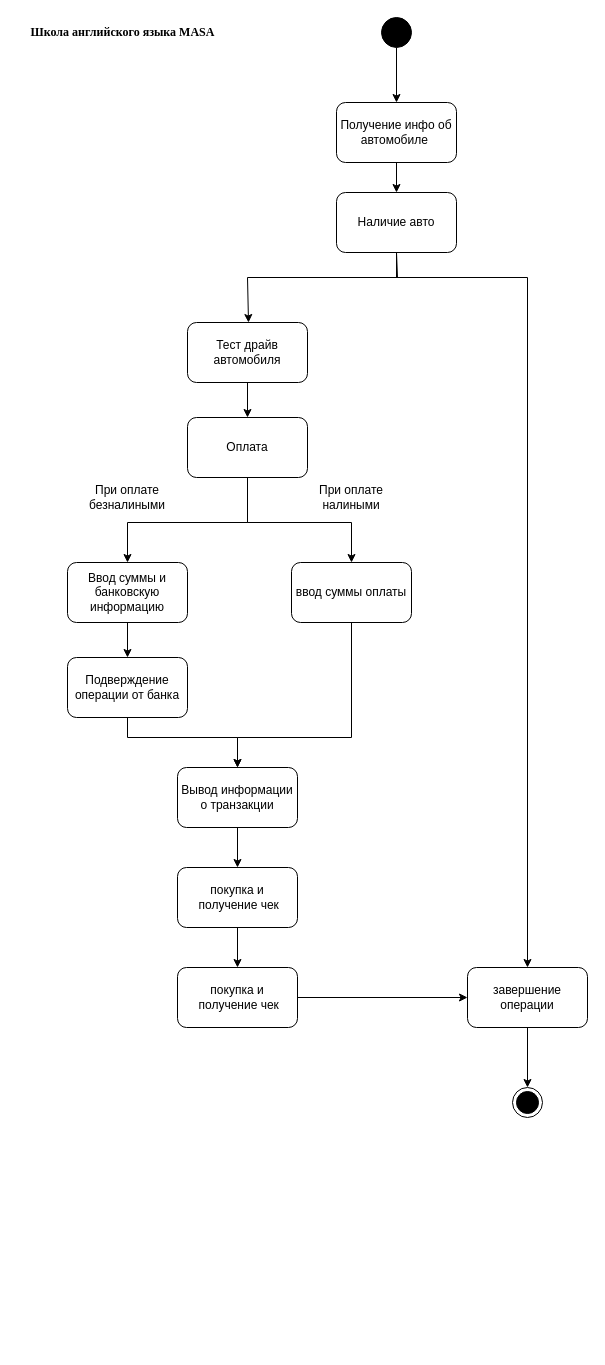
The draw.io diagram MASA_SASTAYANI .drawio in mati-tech/draw.io, before the edit. Source tidied: cells renumbered, new cells numbered last; positions are measured from the earlier drawing's top-left corner, leaving out a move shared by most shapes. Both pictures are drawn from the tidied source at 100%, with x=0, y=0 at pixel (17, 17).
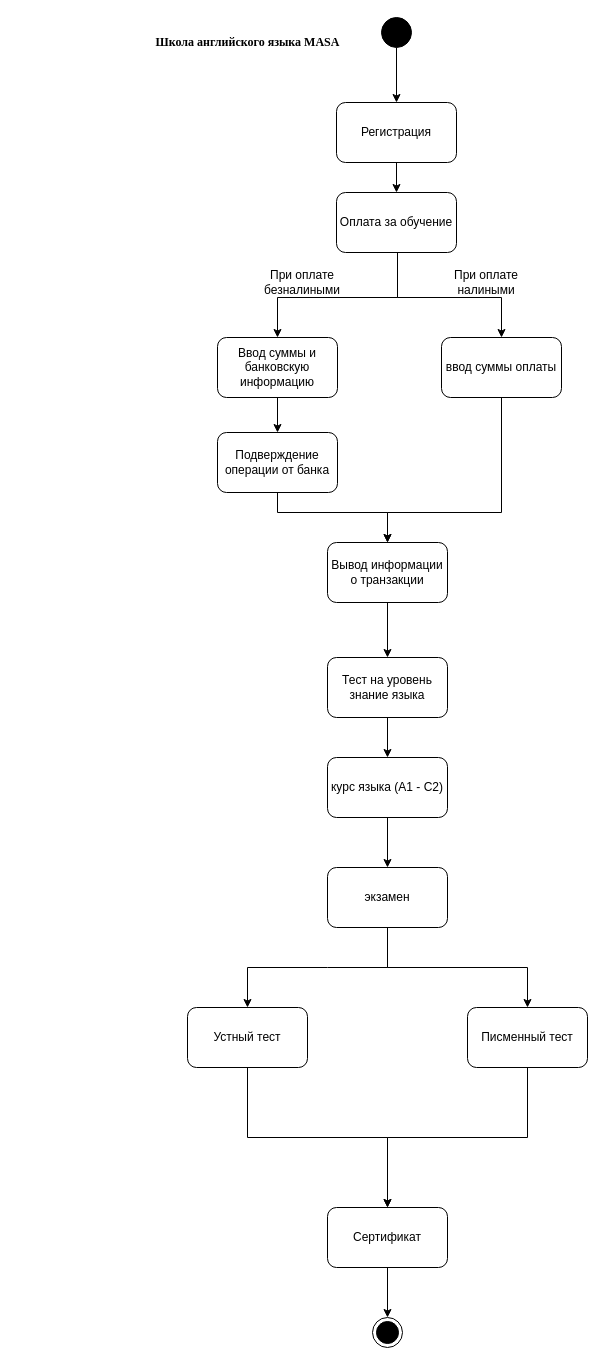
The same page after the edit.

The edit, as a diff of the source:
```diff
@@
     <mxCell id="3" style="ellipse;html=1;shape=endState;fillColor=strokeColor;" parent="1" vertex="1">
-      <mxGeometry x="495" y="1070" width="30" height="30" as="geometry" />
+      <mxGeometry x="355" y="1300" width="30" height="30" as="geometry" />
     </mxCell>
@@
-    <mxCell id="5" value="Получение инфо об автомобиле&amp;nbsp;" style="rounded=1;whiteSpace=wrap;html=1;" parent="1" vertex="1">
+    <mxCell id="5" value="Регистрация" style="rounded=1;whiteSpace=wrap;html=1;" parent="1" vertex="1">
       <mxGeometry x="319" y="85" width="120" height="60" as="geometry" />
     </mxCell>
@@
-    <mxCell id="7" style="edgeStyle=orthogonalEdgeStyle;rounded=0;jettySize=auto;html=1;" parent="1" edge="1" source="8" target="3">
+    <mxCell id="7" style="edgeStyle=orthogonalEdgeStyle;rounded=0;jettySize=auto;html=1;" parent="1" edge="1" source="43" target="3">
       <mxGeometry relative="1" as="geometry" />
     </mxCell>
-    <mxCell id="8" value="завершение операции" style="rounded=1;whiteSpace=wrap;html=1;" parent="1" vertex="1">
-      <mxGeometry x="450" y="950" width="120" height="60" as="geometry" />
-    </mxCell>
-    <mxCell id="9" style="edgeStyle=orthogonalEdgeStyle;rounded=0;jettySize=auto;html=1;entryX=0.5;entryY=0;entryDx=0;entryDy=0;" parent="1" edge="1" source="10" target="8">
-      <mxGeometry relative="1" as="geometry">
-        <Array as="points">
-          <mxPoint x="379" y="260" />
-          <mxPoint x="510" y="260" />
-        </Array>
-      </mxGeometry>
-    </mxCell>
-    <mxCell id="10" value="Н&lt;span style=&quot;background-color: initial;&quot;&gt;аличие авто&lt;/span&gt;" style="rounded=1;whiteSpace=wrap;html=1;" parent="1" vertex="1">
+    <mxCell id="10" value="Оплата за обучение" style="rounded=1;whiteSpace=wrap;html=1;" parent="1" vertex="1">
       <mxGeometry x="319" y="175" width="120" height="60" as="geometry" />
     </mxCell>
+    <mxCell id="32" style="edgeStyle=orthogonalEdgeStyle;rounded=0;jettySize=auto;html=1;" parent="1" edge="1" source="11" target="35">
+      <mxGeometry relative="1" as="geometry" />
+    </mxCell>
-    <mxCell id="11" value="Тест драйв автомобиля" style="rounded=1;whiteSpace=wrap;html=1;" parent="1" vertex="1">
-      <mxGeometry x="170" y="305" width="120" height="60" as="geometry" />
+    <mxCell id="11" value="Тест на уровень знание языка" style="rounded=1;whiteSpace=wrap;html=1;" parent="1" vertex="1">
+      <mxGeometry x="310" y="640" width="120" height="60" as="geometry" />
     </mxCell>
-    <mxCell id="12" style="endArrow=classic;html=1;rounded=0;exitX=0.5;exitY=1;exitDx=0;exitDy=0;entryX=0.5;entryY=0;entryDx=0;entryDy=0;" parent="1" edge="1" source="10">
-      <mxGeometry relative="1" as="geometry">
-        <mxPoint x="231" y="305" as="targetPoint" />
-        <Array as="points">
-          <mxPoint x="380" y="260" />
-          <mxPoint x="230" y="260" />
-        </Array>
-      </mxGeometry>
-    </mxCell>
-    <mxCell id="13" style="endArrow=classic;html=1;rounded=0;exitX=0.5;exitY=1;exitDx=0;exitDy=0;entryX=0.5;entryY=0;entryDx=0;entryDy=0;" parent="1" edge="1" source="11" target="15">
-      <mxGeometry relative="1" as="geometry" />
-    </mxCell>
     <mxCell id="14" style="edgeStyle=orthogonalEdgeStyle;rounded=0;jettySize=auto;html=1;entryX=0.5;entryY=0;entryDx=0;entryDy=0;" parent="1" edge="1" target="20">
       <mxGeometry relative="1" as="geometry">
-        <mxPoint x="230" y="465" as="sourcePoint" />
+        <mxPoint x="380" y="240" as="sourcePoint" />
         <Array as="points">
-          <mxPoint x="230" y="505" />
-          <mxPoint x="334" y="505" />
+          <mxPoint x="380" y="280" />
+          <mxPoint x="484" y="280" />
         </Array>
       </mxGeometry>
     </mxCell>
-    <mxCell id="15" value="Оплата" style="rounded=1;whiteSpace=wrap;html=1;" parent="1" vertex="1">
-      <mxGeometry x="170" y="400" width="120" height="60" as="geometry" />
-    </mxCell>
@@
     <mxCell id="17" value="Ввод суммы и банковскую информацию" style="rounded=1;whiteSpace=wrap;html=1;" parent="1" vertex="1">
-      <mxGeometry x="50" y="545" width="120" height="60" as="geometry" />
+      <mxGeometry x="200" y="320" width="120" height="60" as="geometry" />
     </mxCell>
-    <mxCell id="18" style="endArrow=classic;html=1;rounded=0;" parent="1" edge="1" source="15" target="17">
+    <mxCell id="18" style="endArrow=classic;html=1;rounded=0;" parent="1" edge="1" target="17">
       <mxGeometry relative="1" as="geometry">
+        <mxPoint x="380" y="235" as="sourcePoint" />
         <Array as="points">
-          <mxPoint x="230" y="505" />
-          <mxPoint x="110" y="505" />
+          <mxPoint x="380" y="280" />
+          <mxPoint x="260" y="280" />
         </Array>
       </mxGeometry>
     </mxCell>
     <mxCell id="19" style="edgeStyle=orthogonalEdgeStyle;rounded=0;jettySize=auto;html=1;" parent="1" edge="1" source="20" target="21">
       <mxGeometry relative="1" as="geometry">
         <Array as="points">
-          <mxPoint x="334" y="720" />
-          <mxPoint x="220" y="720" />
+          <mxPoint x="484" y="495" />
+          <mxPoint x="370" y="495" />
         </Array>
       </mxGeometry>
     </mxCell>
     <mxCell id="20" value="ввод суммы оплаты" style="rounded=1;whiteSpace=wrap;html=1;" parent="1" vertex="1">
-      <mxGeometry x="274" y="545" width="120" height="60" as="geometry" />
+      <mxGeometry x="424" y="320" width="120" height="60" as="geometry" />
     </mxCell>
+    <mxCell id="33" style="edgeStyle=orthogonalEdgeStyle;rounded=0;jettySize=auto;html=1;exitX=0.5;exitY=1;exitDx=0;exitDy=0;" parent="1" edge="1" source="21" target="11">
+      <mxGeometry relative="1" as="geometry" />
+    </mxCell>
     <mxCell id="21" value="Вывод информации о транзакции" style="rounded=1;whiteSpace=wrap;html=1;" parent="1" vertex="1">
-      <mxGeometry x="160" y="750" width="120" height="60" as="geometry" />
+      <mxGeometry x="310" y="525" width="120" height="60" as="geometry" />
     </mxCell>
     <mxCell id="22" style="edgeStyle=orthogonalEdgeStyle;rounded=0;jettySize=auto;html=1;" parent="1" edge="1" source="23" target="21">
       <mxGeometry relative="1" as="geometry">
         <Array as="points">
-          <mxPoint x="110" y="720" />
-          <mxPoint x="220" y="720" />
+          <mxPoint x="260" y="495" />
+          <mxPoint x="370" y="495" />
         </Array>
       </mxGeometry>
     </mxCell>
     <mxCell id="23" value="Подверждение операции от банка" style="rounded=1;whiteSpace=wrap;html=1;" parent="1" vertex="1">
-      <mxGeometry x="50" y="640" width="120" height="60" as="geometry" />
+      <mxGeometry x="200" y="415" width="120" height="60" as="geometry" />
     </mxCell>
     <mxCell id="24" value="При оплате безналиными" style="text;html=1;align=center;verticalAlign=middle;whiteSpace=wrap;rounded=0;" parent="1" vertex="1">
-      <mxGeometry x="40" y="465" width="140" height="30" as="geometry" />
+      <mxGeometry x="240" y="250" width="90" height="30" as="geometry" />
     </mxCell>
     <mxCell id="25" value="При оплате&lt;div&gt;налиными&lt;/div&gt;" style="text;html=1;align=center;verticalAlign=middle;whiteSpace=wrap;rounded=0;" parent="1" vertex="1">
-      <mxGeometry x="264" y="465" width="140" height="30" as="geometry" />
+      <mxGeometry x="424" y="250" width="90" height="30" as="geometry" />
     </mxCell>
-    <mxCell id="26" value="покупка и&lt;div&gt;&amp;nbsp;получение чек&lt;/div&gt;" style="rounded=1;whiteSpace=wrap;html=1;" parent="1" vertex="1">
-      <mxGeometry x="160" y="850" width="120" height="60" as="geometry" />
-    </mxCell>
-    <mxCell id="27" style="endArrow=classic;html=1;rounded=0;exitX=0.5;exitY=1;exitDx=0;exitDy=0;" parent="1" edge="1" source="21">
-      <mxGeometry relative="1" as="geometry">
-        <mxPoint x="220" y="850" as="targetPoint" />
-      </mxGeometry>
-    </mxCell>
-    <mxCell id="28" style="edgeStyle=orthogonalEdgeStyle;rounded=0;jettySize=auto;html=1;" parent="1" edge="1" source="29" target="8">
-      <mxGeometry relative="1" as="geometry" />
-    </mxCell>
-    <mxCell id="29" value="покупка и&lt;div&gt;&amp;nbsp;получение чек&lt;/div&gt;" style="rounded=1;whiteSpace=wrap;html=1;" parent="1" vertex="1">
-      <mxGeometry x="160" y="950" width="120" height="60" as="geometry" />
-    </mxCell>
-    <mxCell id="30" style="endArrow=classic;html=1;rounded=0;exitX=0.5;exitY=1;exitDx=0;exitDy=0;entryX=0.5;entryY=0;entryDx=0;entryDy=0;" parent="1" edge="1" source="26" target="29">
-      <mxGeometry relative="1" as="geometry" />
-    </mxCell>
     <mxCell id="31" value="&lt;span style=&quot;font-weight: 700;&quot;&gt;&lt;font face=&quot;Times New Roman&quot;&gt;Школа английского языка MASA&lt;/font&gt;&lt;/span&gt;" style="text;html=1;align=center;verticalAlign=middle;strokeColor=none;fillColor=none;" parent="1" vertex="1">
-      <mxGeometry width="210" height="30" as="geometry" />
+      <mxGeometry x="125" y="10" width="210" height="30" as="geometry" />
     </mxCell>
+    <mxCell id="34" style="edgeStyle=orthogonalEdgeStyle;rounded=0;jettySize=auto;html=1;entryX=0.5;entryY=0;entryDx=0;entryDy=0;" parent="1" edge="1" source="35" target="36">
+      <mxGeometry relative="1" as="geometry" />
+    </mxCell>
+    <mxCell id="35" value="курс языка (A1 - C2)" style="rounded=1;whiteSpace=wrap;html=1;" parent="1" vertex="1">
+      <mxGeometry x="310" y="740" width="120" height="60" as="geometry" />
+    </mxCell>
+    <mxCell id="36" value="экзамен" style="rounded=1;whiteSpace=wrap;html=1;" parent="1" vertex="1">
+      <mxGeometry x="310" y="850" width="120" height="60" as="geometry" />
+    </mxCell>
+    <mxCell id="37" style="endArrow=classic;html=1;rounded=0;entryX=0.5;entryY=0;entryDx=0;entryDy=0;" parent="1" edge="1" target="39">
+      <mxGeometry relative="1" as="geometry">
+        <mxPoint x="370" y="910" as="sourcePoint" />
+        <Array as="points">
+          <mxPoint x="370" y="950" />
+          <mxPoint x="310" y="950" />
+          <mxPoint x="230" y="950" />
+        </Array>
+      </mxGeometry>
+    </mxCell>
+    <mxCell id="38" style="edgeStyle=orthogonalEdgeStyle;rounded=0;orthogonalLoop=1;jettySize=auto;html=1;" parent="1" edge="1">
+      <mxGeometry relative="1" as="geometry">
+        <mxPoint x="380" y="910" as="sourcePoint" />
+        <mxPoint x="510" y="990" as="targetPoint" />
+        <Array as="points">
+          <mxPoint x="370" y="910" />
+          <mxPoint x="370" y="950" />
+          <mxPoint x="510" y="950" />
+          <mxPoint x="510" y="990" />
+        </Array>
+      </mxGeometry>
+    </mxCell>
+    <mxCell id="39" value="Устный тест" style="rounded=1;whiteSpace=wrap;html=1;" parent="1" vertex="1">
+      <mxGeometry x="170" y="990" width="120" height="60" as="geometry" />
+    </mxCell>
+    <mxCell id="40" value="Писменный тест" style="rounded=1;whiteSpace=wrap;html=1;" parent="1" vertex="1">
+      <mxGeometry x="450" y="990" width="120" height="60" as="geometry" />
+    </mxCell>
+    <mxCell id="41" style="endArrow=classic;html=1;rounded=0;exitX=0.5;exitY=1;exitDx=0;exitDy=0;" parent="1" edge="1" source="39">
+      <mxGeometry relative="1" as="geometry">
+        <mxPoint x="370" y="1190" as="targetPoint" />
+        <Array as="points">
+          <mxPoint x="230" y="1120" />
+          <mxPoint x="370" y="1120" />
+        </Array>
+      </mxGeometry>
+    </mxCell>
+    <mxCell id="42" style="endArrow=classic;html=1;rounded=0;exitX=0.5;exitY=1;exitDx=0;exitDy=0;" parent="1" edge="1" source="40">
+      <mxGeometry relative="1" as="geometry">
+        <mxPoint x="370" y="1190" as="targetPoint" />
+        <Array as="points">
+          <mxPoint x="510" y="1120" />
+          <mxPoint x="370" y="1120" />
+        </Array>
+      </mxGeometry>
+    </mxCell>
+    <mxCell id="43" value="Сертификат" style="rounded=1;whiteSpace=wrap;html=1;" parent="1" vertex="1">
+      <mxGeometry x="310" y="1190" width="120" height="60" as="geometry" />
+    </mxCell>
```
